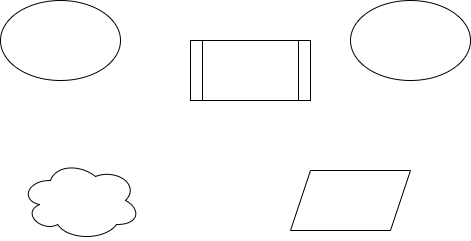
This is diagrama.png from Zaibam/Desenvolvimento-De-Sistemas-1, a draw.io export, as it was before one commit. Source tidied: cells renumbered, new cells last; positions are measured from the earlier drawing's top-left corner, leaving out a move shared by most shapes.
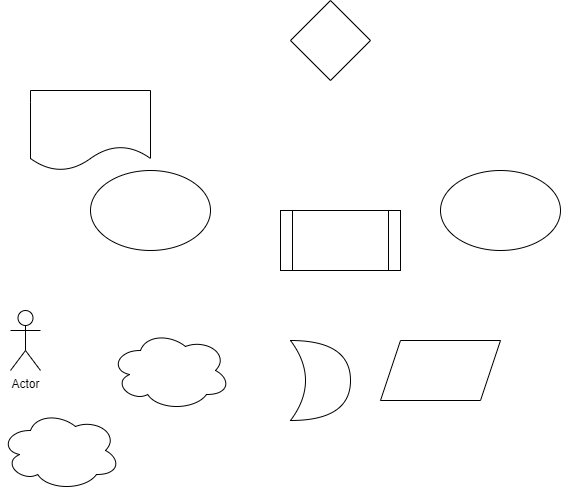
Later version of the same file.

What changed in the source:
```diff
@@ -17,5 +17,20 @@
     <mxCell id="6" style="shape=process;whiteSpace=wrap;html=1;backgroundOutline=1;" parent="1" vertex="1">
       <mxGeometry x="190" y="40" width="120" height="60" as="geometry" />
     </mxCell>
+    <mxCell id="7" style="rhombus;whiteSpace=wrap;html=1;" parent="1" vertex="1">
+      <mxGeometry x="200" y="-170" width="80" height="80" as="geometry" />
+    </mxCell>
+    <mxCell id="8" style="shape=document;whiteSpace=wrap;html=1;boundedLbl=1;" parent="1" vertex="1">
+      <mxGeometry x="-60" y="-80" width="120" height="80" as="geometry" />
+    </mxCell>
+    <mxCell id="9" style="ellipse;shape=cloud;whiteSpace=wrap;html=1;" parent="1" vertex="1">
+      <mxGeometry x="-90" y="240" width="120" height="80" as="geometry" />
+    </mxCell>
+    <mxCell id="10" value="Actor" style="shape=umlActor;verticalLabelPosition=bottom;verticalAlign=top;html=1;" parent="1" vertex="1">
+      <mxGeometry x="-80" y="140" width="30" height="60" as="geometry" />
+    </mxCell>
+    <mxCell id="11" style="shape=xor;whiteSpace=wrap;html=1;" parent="1" vertex="1">
+      <mxGeometry x="200" y="170" width="60" height="80" as="geometry" />
+    </mxCell>
   </root>
 </mxGraphModel>
```
